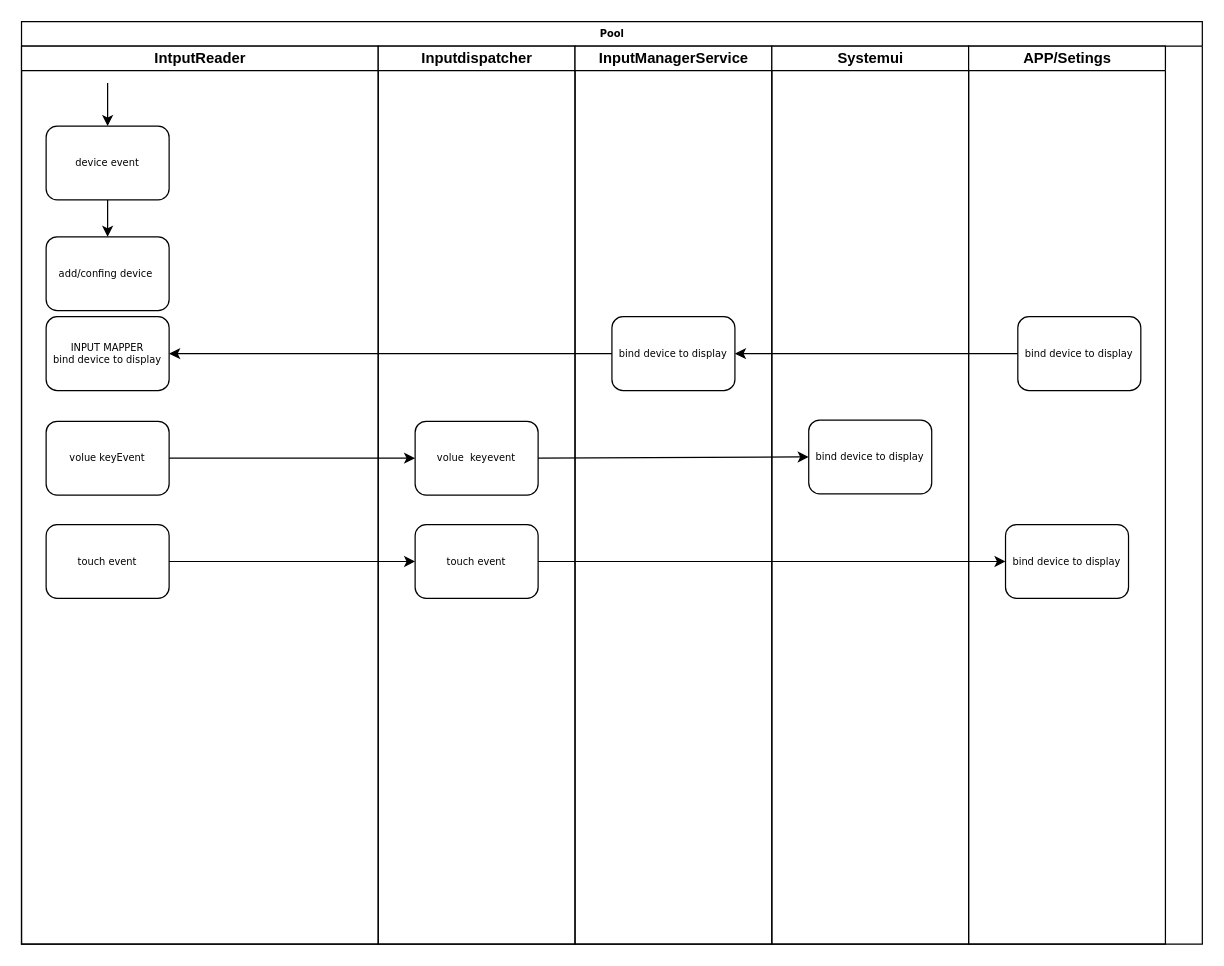
Earlier version of the draw.io diagram Untitled Diagram.drawio (zhu2006/person). Source tidied: cells renumbered, new cells numbered last; positions are measured from the earlier drawing's top-left corner, leaving out a move shared by most shapes. Both pictures are drawn from the tidied source at 123%, with x=0, y=0 at pixel (21, 21).
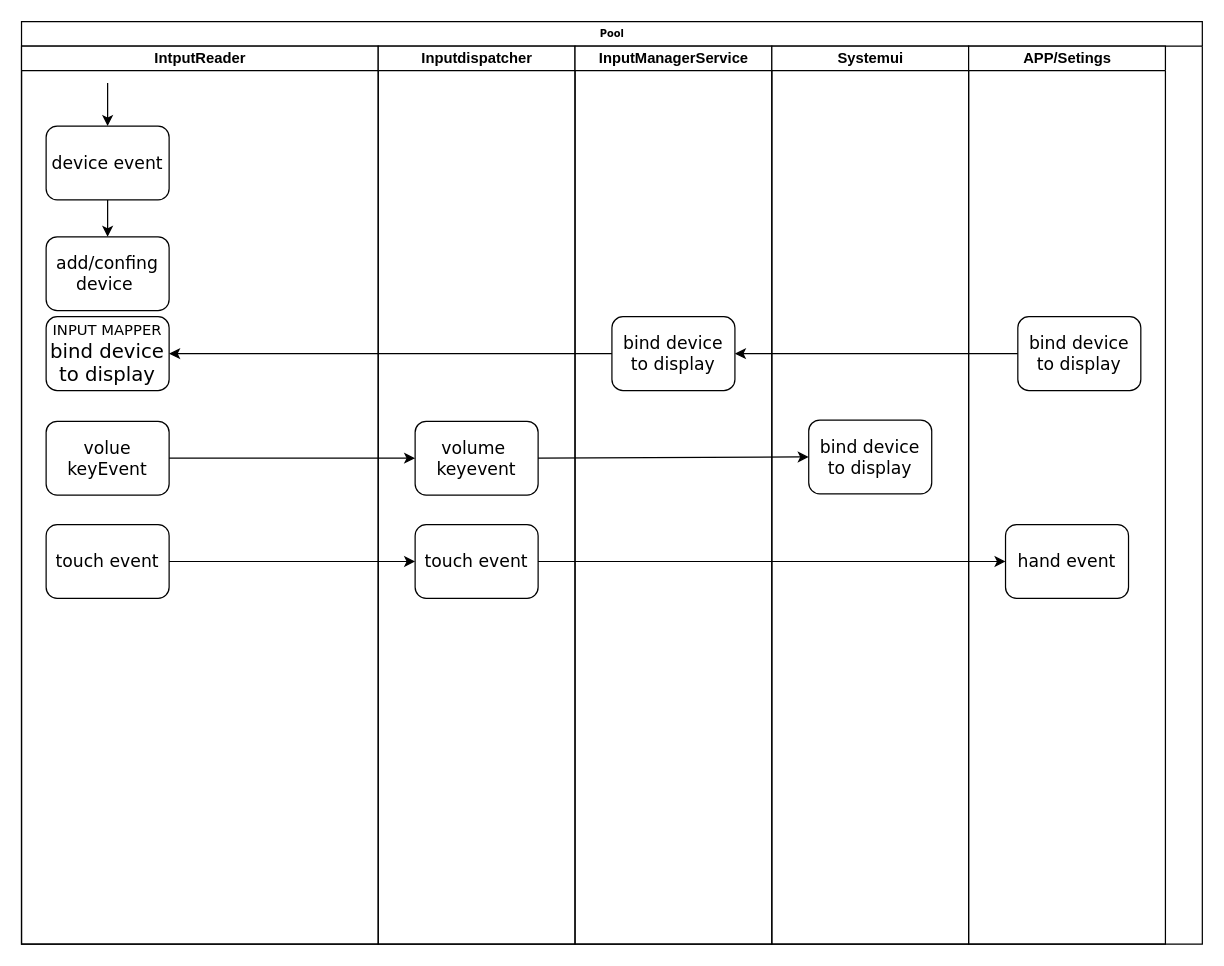
The same diagram, later.

The change refers to these unchanged cells:
```xml
<mxCell id="3" value="IntputReader" style="swimlane;html=1;startSize=20;" parent="2" vertex="1">
  <mxGeometry y="20" width="290" height="730" as="geometry" />
</mxCell>
<mxCell id="11" value="I&lt;span style=&quot;background-color: initial;&quot;&gt;nputdispatcher&lt;/span&gt;" style="swimlane;html=1;startSize=20;" parent="2" vertex="1">
  <mxGeometry x="290" y="20" width="160" height="730" as="geometry" />
</mxCell>
<mxCell id="14" value="InputManagerService" style="swimlane;html=1;startSize=20;" parent="2" vertex="1">
  <mxGeometry x="450" y="20" width="160" height="730" as="geometry" />
</mxCell>
<mxCell id="16" value="Systemui" style="swimlane;html=1;startSize=20;" parent="2" vertex="1">
  <mxGeometry x="610" y="20" width="160" height="730" as="geometry" />
</mxCell>
<mxCell id="18" value="APP/Setings" style="swimlane;html=1;startSize=20;" parent="2" vertex="1">
  <mxGeometry x="770" y="20" width="160" height="730" as="geometry" />
</mxCell>
```

What changed in the source:
```diff
@@
-    <mxCell id="4" value="device event" style="rounded=1;whiteSpace=wrap;html=1;shadow=0;labelBackgroundColor=none;strokeWidth=1;fontFamily=Verdana;fontSize=8;align=center;" parent="3" vertex="1">
+    <mxCell id="4" value="&lt;font style=&quot;font-size: 14px;&quot;&gt;device event&lt;/font&gt;" style="rounded=1;whiteSpace=wrap;html=1;shadow=0;labelBackgroundColor=none;strokeWidth=1;fontFamily=Verdana;fontSize=8;align=center;" parent="3" vertex="1">
       <mxGeometry x="20" y="65" width="100" height="60" as="geometry" />
     </mxCell>
-    <mxCell id="5" value="add/confing device&amp;nbsp;" style="rounded=1;whiteSpace=wrap;html=1;shadow=0;labelBackgroundColor=none;strokeWidth=1;fontFamily=Verdana;fontSize=8;align=center;" parent="3" vertex="1">
+    <mxCell id="5" value="&lt;font style=&quot;font-size: 14px;&quot;&gt;add/confing device&amp;nbsp;&lt;/font&gt;" style="rounded=1;whiteSpace=wrap;html=1;shadow=0;labelBackgroundColor=none;strokeWidth=1;fontFamily=Verdana;fontSize=8;align=center;" parent="3" vertex="1">
       <mxGeometry x="20" y="155" width="100" height="60" as="geometry" />
     </mxCell>
@@
-    <mxCell id="8" value="&lt;div&gt;INPUT MAPPER&lt;/div&gt;bind device to display" style="rounded=1;whiteSpace=wrap;html=1;shadow=0;labelBackgroundColor=none;strokeWidth=1;fontFamily=Verdana;fontSize=8;align=center;" parent="3" vertex="1">
+    <mxCell id="8" value="&lt;div&gt;&lt;font style=&quot;font-size: 12px;&quot;&gt;INPUT MAPPER&lt;/font&gt;&lt;/div&gt;&lt;font size=&quot;3&quot;&gt;bind device to display&lt;/font&gt;" style="rounded=1;whiteSpace=wrap;html=1;shadow=0;labelBackgroundColor=none;strokeWidth=1;fontFamily=Verdana;fontSize=8;align=center;" parent="3" vertex="1">
       <mxGeometry x="20" y="220" width="100" height="60" as="geometry" />
     </mxCell>
-    <mxCell id="9" value="volue keyEvent" style="rounded=1;whiteSpace=wrap;html=1;shadow=0;labelBackgroundColor=none;strokeWidth=1;fontFamily=Verdana;fontSize=8;align=center;" parent="3" vertex="1">
+    <mxCell id="9" value="&lt;font style=&quot;font-size: 14px;&quot;&gt;volue keyEvent&lt;/font&gt;" style="rounded=1;whiteSpace=wrap;html=1;shadow=0;labelBackgroundColor=none;strokeWidth=1;fontFamily=Verdana;fontSize=8;align=center;" parent="3" vertex="1">
       <mxGeometry x="20" y="305" width="100" height="60" as="geometry" />
     </mxCell>
-    <mxCell id="10" value="touch event" style="rounded=1;whiteSpace=wrap;html=1;shadow=0;labelBackgroundColor=none;strokeWidth=1;fontFamily=Verdana;fontSize=8;align=center;" parent="3" vertex="1">
+    <mxCell id="10" value="&lt;font style=&quot;font-size: 14px;&quot;&gt;touch event&lt;/font&gt;" style="rounded=1;whiteSpace=wrap;html=1;shadow=0;labelBackgroundColor=none;strokeWidth=1;fontFamily=Verdana;fontSize=8;align=center;" parent="3" vertex="1">
       <mxGeometry x="20" y="389" width="100" height="60" as="geometry" />
     </mxCell>
@@
-    <mxCell id="12" value="volue&amp;nbsp; keyevent" style="rounded=1;whiteSpace=wrap;html=1;shadow=0;labelBackgroundColor=none;strokeWidth=1;fontFamily=Verdana;fontSize=8;align=center;" parent="11" vertex="1">
+    <mxCell id="12" value="&lt;font style=&quot;font-size: 14px;&quot;&gt;volume&amp;nbsp; keyevent&lt;/font&gt;" style="rounded=1;whiteSpace=wrap;html=1;shadow=0;labelBackgroundColor=none;strokeWidth=1;fontFamily=Verdana;fontSize=8;align=center;" parent="11" vertex="1">
       <mxGeometry x="30" y="305" width="100" height="60" as="geometry" />
     </mxCell>
-    <mxCell id="13" value="touch event" style="rounded=1;whiteSpace=wrap;html=1;shadow=0;labelBackgroundColor=none;strokeWidth=1;fontFamily=Verdana;fontSize=8;align=center;" parent="11" vertex="1">
+    <mxCell id="13" value="&lt;font style=&quot;font-size: 14px;&quot;&gt;touch event&lt;/font&gt;" style="rounded=1;whiteSpace=wrap;html=1;shadow=0;labelBackgroundColor=none;strokeWidth=1;fontFamily=Verdana;fontSize=8;align=center;" parent="11" vertex="1">
       <mxGeometry x="30" y="389" width="100" height="60" as="geometry" />
     </mxCell>
@@
-    <mxCell id="15" value="bind device to display" style="rounded=1;whiteSpace=wrap;html=1;shadow=0;labelBackgroundColor=none;strokeWidth=1;fontFamily=Verdana;fontSize=8;align=center;" parent="14" vertex="1">
+    <mxCell id="15" value="&lt;font style=&quot;font-size: 14px;&quot;&gt;bind device to display&lt;/font&gt;" style="rounded=1;whiteSpace=wrap;html=1;shadow=0;labelBackgroundColor=none;strokeWidth=1;fontFamily=Verdana;fontSize=8;align=center;" parent="14" vertex="1">
       <mxGeometry x="30" y="220" width="100" height="60" as="geometry" />
     </mxCell>
@@
-    <mxCell id="17" value="bind device to display" style="rounded=1;whiteSpace=wrap;html=1;shadow=0;labelBackgroundColor=none;strokeWidth=1;fontFamily=Verdana;fontSize=8;align=center;" parent="16" vertex="1">
+    <mxCell id="17" value="&lt;font style=&quot;font-size: 14px;&quot;&gt;bind device to display&lt;/font&gt;" style="rounded=1;whiteSpace=wrap;html=1;shadow=0;labelBackgroundColor=none;strokeWidth=1;fontFamily=Verdana;fontSize=8;align=center;" parent="16" vertex="1">
       <mxGeometry x="30" y="304" width="100" height="60" as="geometry" />
     </mxCell>
@@
-    <mxCell id="19" value="bind device to display" style="rounded=1;whiteSpace=wrap;html=1;shadow=0;labelBackgroundColor=none;strokeWidth=1;fontFamily=Verdana;fontSize=8;align=center;" parent="18" vertex="1">
+    <mxCell id="19" value="&lt;font style=&quot;font-size: 14px;&quot;&gt;bind device to display&lt;/font&gt;" style="rounded=1;whiteSpace=wrap;html=1;shadow=0;labelBackgroundColor=none;strokeWidth=1;fontFamily=Verdana;fontSize=8;align=center;" parent="18" vertex="1">
       <mxGeometry x="40" y="220" width="100" height="60" as="geometry" />
     </mxCell>
-    <mxCell id="20" value="bind device to display" style="rounded=1;whiteSpace=wrap;html=1;shadow=0;labelBackgroundColor=none;strokeWidth=1;fontFamily=Verdana;fontSize=8;align=center;" parent="18" vertex="1">
+    <mxCell id="20" value="&lt;span style=&quot;font-size: 14px;&quot;&gt;hand event&lt;/span&gt;" style="rounded=1;whiteSpace=wrap;html=1;shadow=0;labelBackgroundColor=none;strokeWidth=1;fontFamily=Verdana;fontSize=8;align=center;" parent="18" vertex="1">
       <mxGeometry x="30" y="389" width="100" height="60" as="geometry" />
     </mxCell>
```
